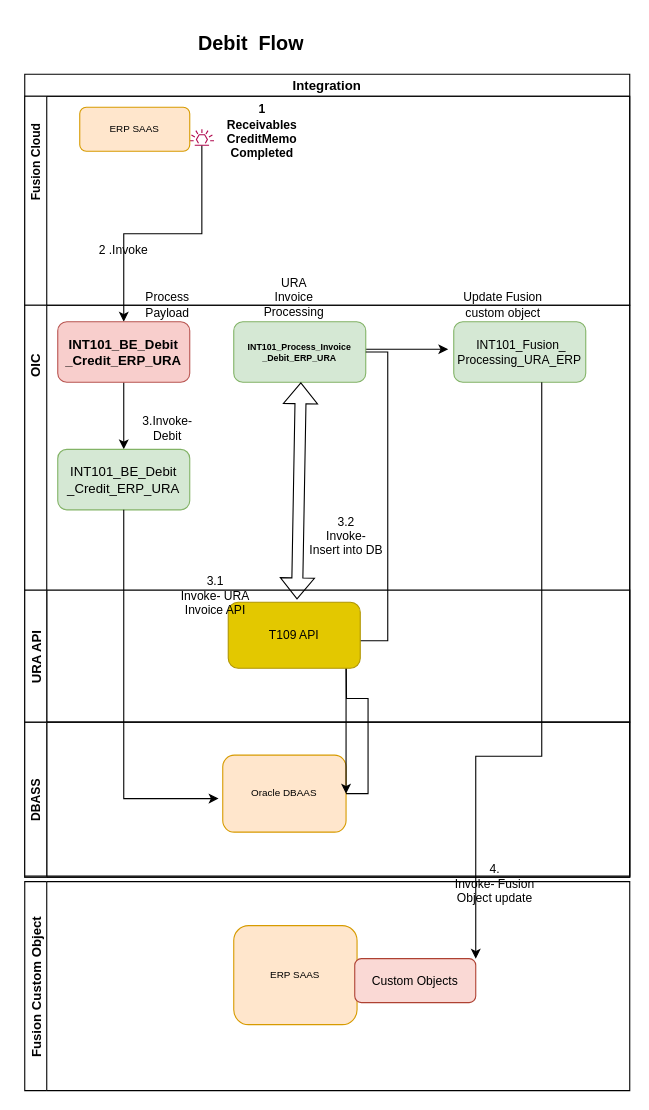
The draw.io diagram Debit-Flow Diagram.drawio in anantwag19/Workspace, before the edit. Source tidied: cells renumbered, new cells numbered last; positions are measured from the earlier drawing's top-left corner, leaving out a move shared by most shapes. Both pictures are drawn from the tidied source at 110%, with x=0, y=0 at pixel (-14, 30).
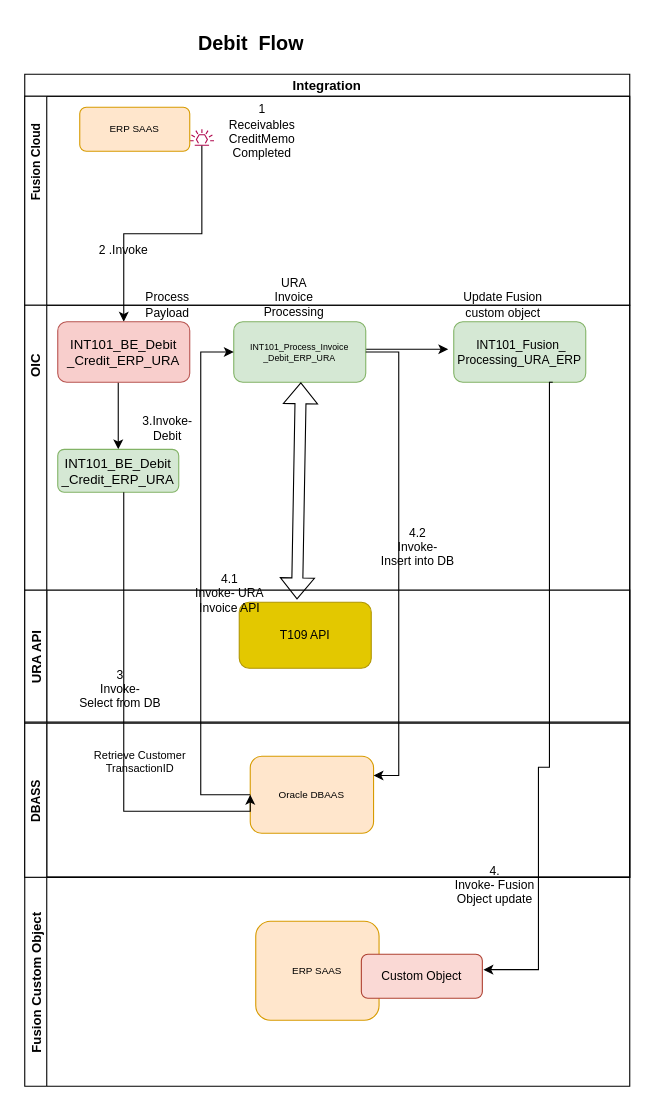
The same page after the edit.

Unchanged cells that the change refers to:
```xml
<mxCell id="3" style="swimlane;startSize=20;horizontal=0;" parent="2" vertex="1">
  <mxGeometry y="20" width="550" height="190" as="geometry" />
</mxCell>
<mxCell id="11" style="swimlane;startSize=20;horizontal=0;" parent="2" vertex="1">
  <mxGeometry y="210" width="550" height="520" as="geometry" />
</mxCell>
<mxCell id="17" value="&lt;div style=&quot;font-size: 11px&quot;&gt;&amp;nbsp;&lt;font style=&quot;font-size: 11px&quot;&gt;INT101_Fusion_&lt;/font&gt;&lt;/div&gt;&lt;div style=&quot;font-size: 11px&quot;&gt;&lt;font style=&quot;font-size: 11px&quot;&gt;Processing_URA_ERP&lt;/font&gt;&lt;/div&gt;" style="rounded=1;whiteSpace=wrap;html=1;fillColor=#d5e8d4;strokeColor=#82b366;" parent="11" vertex="1">
  <mxGeometry x="390" y="15" width="120" height="55" as="geometry" />
</mxCell>
<mxCell id="35" value="URA API" style="swimlane;startSize=20;horizontal=0;" parent="1" vertex="1">
  <mxGeometry x="35" y="509" width="550" height="120" as="geometry" />
</mxCell>
```

The edit, as a diff of the source:
```diff
@@
-    <mxCell id="9" value="&lt;div style=&quot;font-size: 11px&quot;&gt;&lt;b&gt;&lt;font style=&quot;font-size: 11px&quot;&gt;&lt;span&gt; &lt;/span&gt;&lt;span&gt; &lt;/span&gt;&lt;span&gt; &lt;/span&gt;1&lt;/font&gt;&lt;/b&gt;&lt;/div&gt;&lt;div style=&quot;font-size: 11px&quot;&gt;&lt;b&gt;&lt;font style=&quot;font-size: 11px&quot;&gt;&lt;span lang=&quot;EN-GB&quot;&gt;&lt;span&gt; &lt;/span&gt;&lt;span&gt; &lt;/span&gt;&lt;span&gt; &lt;/span&gt;&lt;span&gt; &lt;/span&gt;&lt;span&gt; &lt;/span&gt;Receivables&lt;/span&gt;&lt;/font&gt;&lt;/b&gt;&lt;/div&gt;&lt;div style=&quot;font-size: 11px&quot;&gt;&lt;b&gt;&lt;font style=&quot;font-size: 11px&quot;&gt;&lt;span lang=&quot;EN-GB&quot;&gt;CreditMemo&lt;/span&gt;&lt;/font&gt;&lt;/b&gt;&lt;/div&gt;&lt;div style=&quot;font-size: 11px&quot;&gt;&lt;b&gt;&lt;font style=&quot;font-size: 11px&quot;&gt;&lt;span lang=&quot;EN-GB&quot;&gt;&lt;span&gt; &lt;/span&gt;&lt;span&gt; &lt;/span&gt;Completed&lt;/span&gt;&lt;/font&gt;&lt;/b&gt;&lt;/div&gt;&lt;div style=&quot;font-size: 11px&quot;&gt;&lt;b&gt;&lt;font style=&quot;font-size: 11px&quot;&gt;&lt;br&gt;&lt;/font&gt;&lt;/b&gt;&lt;/div&gt;&lt;div style=&quot;font-size: 11px&quot;&gt;&lt;b&gt;&lt;font style=&quot;font-size: 11px&quot;&gt;&lt;br&gt;&lt;br&gt;&lt;/font&gt;&lt;/b&gt;&lt;/div&gt;" style="text;html=1;strokeColor=none;fillColor=none;align=center;verticalAlign=middle;whiteSpace=wrap;rounded=0;fontSize=9;" parent="3" vertex="1">
+    <mxCell id="9" value="&lt;div style=&quot;font-size: 11px&quot;&gt;&lt;span&gt;&lt;font style=&quot;font-size: 11px&quot;&gt;&lt;span&gt; &lt;/span&gt;&lt;span&gt; &lt;/span&gt;&lt;span&gt; &lt;/span&gt;1&lt;/font&gt;&lt;/span&gt;&lt;/div&gt;&lt;div style=&quot;font-size: 11px&quot;&gt;&lt;span&gt;&lt;font style=&quot;font-size: 11px&quot;&gt;&lt;span lang=&quot;EN-GB&quot;&gt;&lt;span&gt; &lt;/span&gt;&lt;span&gt; &lt;/span&gt;&lt;span&gt; &lt;/span&gt;&lt;span&gt; &lt;/span&gt;&lt;span&gt; &lt;/span&gt;Receivables&lt;/span&gt;&lt;/font&gt;&lt;/span&gt;&lt;/div&gt;&lt;div style=&quot;font-size: 11px&quot;&gt;&lt;span&gt;&lt;font style=&quot;font-size: 11px&quot;&gt;&lt;span lang=&quot;EN-GB&quot;&gt;CreditMemo&lt;/span&gt;&lt;/font&gt;&lt;/span&gt;&lt;/div&gt;&lt;div style=&quot;font-size: 11px&quot;&gt;&lt;span&gt;&lt;font style=&quot;font-size: 11px&quot;&gt;&lt;span lang=&quot;EN-GB&quot;&gt;&lt;span&gt; &lt;/span&gt;&lt;span&gt; &lt;/span&gt;Completed&lt;/span&gt;&lt;/font&gt;&lt;/span&gt;&lt;/div&gt;&lt;div style=&quot;font-size: 11px&quot;&gt;&lt;span&gt;&lt;font style=&quot;font-size: 11px&quot;&gt;&lt;br&gt;&lt;/font&gt;&lt;/span&gt;&lt;/div&gt;&lt;div style=&quot;font-size: 11px&quot;&gt;&lt;span&gt;&lt;font style=&quot;font-size: 11px&quot;&gt;&lt;br&gt;&lt;br&gt;&lt;/font&gt;&lt;/span&gt;&lt;/div&gt;" style="text;html=1;strokeColor=none;fillColor=none;align=center;verticalAlign=middle;whiteSpace=wrap;rounded=0;fontSize=9;fontStyle=0;" parent="3" vertex="1">
       <mxGeometry x="140" y="30" width="152" height="44" as="geometry" />
     </mxCell>
@@
     <mxCell id="14" style="edgeStyle=orthogonalEdgeStyle;rounded=0;jettySize=auto;html=1;fontSize=11;" parent="11" edge="1" source="15" target="20">
-      <mxGeometry relative="1" as="geometry" />
+      <mxGeometry relative="1" as="geometry">
+        <Array as="points">
+          <mxPoint x="85" y="90" />
+          <mxPoint x="85" y="90" />
+        </Array>
+      </mxGeometry>
     </mxCell>
-    <mxCell id="15" value="&lt;div&gt;INT101_BE_Debit&lt;/div&gt;&lt;div&gt;_Credit_ERP_URA&lt;/div&gt;" style="rounded=1;whiteSpace=wrap;html=1;fillColor=#f8cecc;strokeColor=#b85450;fontStyle=1;" parent="11" vertex="1">
+    <mxCell id="15" value="&lt;div&gt;INT101_BE_Debit&lt;/div&gt;&lt;div&gt;_Credit_ERP_URA&lt;/div&gt;" style="rounded=1;whiteSpace=wrap;html=1;fillColor=#f8cecc;strokeColor=#b85450;fontStyle=0;" parent="11" vertex="1">
       <mxGeometry x="30" y="15" width="120" height="55" as="geometry" />
     </mxCell>
-    <mxCell id="16" value="&lt;div style=&quot;font-size: 8px&quot;&gt;&lt;b&gt;&lt;font style=&quot;font-size: 8px&quot;&gt;INT101_Process_Invoice&lt;/font&gt;&lt;/b&gt;&lt;/div&gt;&lt;div style=&quot;font-size: 8px&quot;&gt;&lt;b&gt;&lt;font style=&quot;font-size: 8px&quot;&gt;_Debit_ERP_URA &lt;/font&gt;&lt;/b&gt;&lt;/div&gt;" style="rounded=1;whiteSpace=wrap;html=1;fillColor=#d5e8d4;strokeColor=#82b366;" parent="11" vertex="1">
+    <mxCell id="16" value="&lt;div style=&quot;font-size: 8px&quot;&gt;&lt;span&gt;&lt;font style=&quot;font-size: 8px&quot;&gt;INT101_Process_Invoice&lt;/font&gt;&lt;/span&gt;&lt;/div&gt;&lt;div style=&quot;font-size: 8px&quot;&gt;&lt;span&gt;&lt;font style=&quot;font-size: 8px&quot;&gt;_Debit_ERP_URA &lt;/font&gt;&lt;/span&gt;&lt;/div&gt;" style="rounded=1;whiteSpace=wrap;html=1;fillColor=#d5e8d4;strokeColor=#82b366;fontStyle=0;" parent="11" vertex="1">
       <mxGeometry x="190" y="15" width="120" height="55" as="geometry" />
     </mxCell>
@@
     <mxCell id="20" value="INT101_BE_Debit _Credit_ERP_URA" style="rounded=1;whiteSpace=wrap;html=1;fillColor=#d5e8d4;strokeColor=#82b366;" parent="11" vertex="1">
-      <mxGeometry x="30" y="131" width="120" height="55" as="geometry" />
+      <mxGeometry x="30" y="131" width="110" height="39" as="geometry" />
     </mxCell>
-    <mxCell id="21" value="&lt;div&gt;3.2&lt;/div&gt;&lt;div&gt;Invoke- &lt;br&gt;&lt;/div&gt;&lt;div&gt;Insert into DB&lt;br&gt;&lt;/div&gt;" style="text;html=1;strokeColor=none;fillColor=none;align=center;verticalAlign=middle;whiteSpace=wrap;rounded=0;fontSize=11;" parent="11" vertex="1">
-      <mxGeometry x="245" y="190" width="95" height="40" as="geometry" />
+    <mxCell id="21" value="&lt;div&gt;4.2&lt;/div&gt;&lt;div&gt;Invoke- &lt;br&gt;&lt;/div&gt;&lt;div&gt;Insert into DB&lt;br&gt;&lt;/div&gt;" style="text;html=1;strokeColor=none;fillColor=none;align=center;verticalAlign=middle;whiteSpace=wrap;rounded=0;fontSize=11;" parent="11" vertex="1">
+      <mxGeometry x="310" y="200" width="95" height="40" as="geometry" />
     </mxCell>
@@
     <mxCell id="25" value="Fusion Custom Object" style="swimlane;startSize=20;horizontal=0;fontSize=12;fontStyle=1;" parent="1" vertex="1">
-      <mxGeometry x="35" y="774" width="550" height="190" as="geometry" />
+      <mxGeometry x="35" y="770" width="550" height="190" as="geometry" />
     </mxCell>
     <mxCell id="26" value="ERP SAAS" style="rounded=1;whiteSpace=wrap;html=1;fontSize=9;fillColor=#ffe6cc;strokeColor=#d79b00;" parent="25" vertex="1">
-      <mxGeometry x="190" y="40" width="112.1" height="90" as="geometry" />
+      <mxGeometry x="210" y="40" width="112.1" height="90" as="geometry" />
     </mxCell>
-    <mxCell id="27" value="Custom Objects" style="rounded=1;whiteSpace=wrap;html=1;fontSize=11;fillColor=#fad9d5;strokeColor=#ae4132;" parent="25" vertex="1">
-      <mxGeometry x="300" y="70" width="110" height="40" as="geometry" />
+    <mxCell id="27" value="Custom Object" style="rounded=1;whiteSpace=wrap;html=1;fontSize=11;fillColor=#fad9d5;strokeColor=#ae4132;" parent="25" vertex="1">
+      <mxGeometry x="306" y="70" width="110" height="40" as="geometry" />
     </mxCell>
-    <mxCell id="28" style="edgeStyle=orthogonalEdgeStyle;rounded=0;jettySize=auto;html=1;entryX=1;entryY=0;entryDx=0;entryDy=0;fontSize=11;" parent="1" edge="1" source="17" target="27">
-      <mxGeometry relative="1" as="geometry">
-        <Array as="points">
-          <mxPoint x="505" y="660" />
-          <mxPoint x="445" y="660" />
-        </Array>
-      </mxGeometry>
-    </mxCell>
-    <mxCell id="29" value="DBASS" style="swimlane;startSize=20;horizontal=0;fontSize=11;" parent="1" vertex="1">
-      <mxGeometry x="35" y="629" width="550" height="140" as="geometry" />
+    <mxCell id="29" value="DBASS" style="swimlane;startSize=20;horizontal=0;fontSize=11;" parent="25" vertex="1">
+      <mxGeometry y="-140" width="550" height="140" as="geometry" />
     </mxCell>
     <mxCell id="30" value="Oracle DBAAS" style="rounded=1;whiteSpace=wrap;html=1;fontSize=9;fillColor=#ffe6cc;strokeColor=#d79b00;" parent="29" vertex="1">
-      <mxGeometry x="180" y="30" width="112.1" height="70" as="geometry" />
+      <mxGeometry x="205" y="30" width="112.1" height="70" as="geometry" />
     </mxCell>
@@
-    <mxCell id="32" style="edgeStyle=orthogonalEdgeStyle;rounded=0;jettySize=auto;html=1;exitX=1;exitY=0.5;exitDx=0;exitDy=0;fontSize=11;" parent="1" edge="1" source="30">
-      <mxGeometry relative="1" as="geometry">
-        <mxPoint x="327" y="555" as="targetPoint" />
-      </mxGeometry>
-    </mxCell>
-    <mxCell id="33" style="edgeStyle=orthogonalEdgeStyle;rounded=0;jettySize=auto;html=1;entryX=1;entryY=0.5;entryDx=0;entryDy=0;fontSize=11;" parent="1" edge="1" source="16" target="30">
-      <mxGeometry relative="1" as="geometry">
-        <Array as="points">
-          <mxPoint x="365" y="293" />
-          <mxPoint x="365" y="555" />
-        </Array>
-      </mxGeometry>
-    </mxCell>
-    <mxCell id="34" style="edgeStyle=orthogonalEdgeStyle;rounded=0;jettySize=auto;html=1;fontSize=11;entryX=-0.034;entryY=0.564;entryDx=0;entryDy=0;entryPerimeter=0;" parent="1" edge="1" source="20" target="30">
-      <mxGeometry relative="1" as="geometry">
-        <Array as="points">
-          <mxPoint x="125" y="698" />
-        </Array>
-      </mxGeometry>
-    </mxCell>
+    <mxCell id="38" value="&lt;div style=&quot;font-size: 10px;&quot;&gt;Retrieve Customer TransactionID&lt;br style=&quot;font-size: 10px;&quot;&gt;&lt;/div&gt;" style="text;html=1;strokeColor=none;fillColor=none;align=center;verticalAlign=middle;whiteSpace=wrap;rounded=0;fontSize=10;" parent="29" vertex="1">
+      <mxGeometry x="60" y="20" width="90" height="30" as="geometry" />
+    </mxCell>
+    <mxCell id="28" style="edgeStyle=orthogonalEdgeStyle;rounded=0;jettySize=auto;html=1;entryX=1;entryY=0;entryDx=0;entryDy=0;fontSize=11;exitX=0.75;exitY=1;exitDx=0;exitDy=0;" parent="29" edge="1" source="17">
+      <mxGeometry relative="1" as="geometry">
+        <mxPoint x="417" y="224" as="targetPoint" />
+        <Array as="points">
+          <mxPoint x="477" y="-310" />
+          <mxPoint x="477" y="40" />
+          <mxPoint x="467" y="40" />
+          <mxPoint x="467" y="224" />
+        </Array>
+      </mxGeometry>
+    </mxCell>
@@
     <mxCell id="36" value="T109 API " style="rounded=1;whiteSpace=wrap;html=1;fontSize=11;fillColor=#e3c800;fontColor=#000000;strokeColor=#B09500;" parent="35" vertex="1">
-      <mxGeometry x="185" y="11" width="120" height="60" as="geometry" />
+      <mxGeometry x="195" y="11" width="120" height="60" as="geometry" />
     </mxCell>
-    <mxCell id="37" value="&lt;div&gt;3.1&lt;/div&gt;&lt;div&gt;Invoke- URA Invoice API&lt;/div&gt;" style="text;html=1;strokeColor=none;fillColor=none;align=center;verticalAlign=middle;whiteSpace=wrap;rounded=0;fontSize=11;" parent="35" vertex="1">
-      <mxGeometry x="126" y="-15" width="95" height="40" as="geometry" />
+    <mxCell id="37" value="&lt;div&gt;4.1&lt;/div&gt;&lt;div&gt;Invoke- URA Invoice API&lt;/div&gt;" style="text;html=1;strokeColor=none;fillColor=none;align=center;verticalAlign=middle;whiteSpace=wrap;rounded=0;fontSize=11;" parent="35" vertex="1">
+      <mxGeometry x="139" y="-20" width="95" height="45" as="geometry" />
     </mxCell>
+    <mxCell id="39" value="&lt;div&gt;3&lt;br&gt;&lt;/div&gt;&lt;div&gt;Invoke- &lt;br&gt;&lt;/div&gt;&lt;div&gt;Select from DB&lt;br&gt;&lt;/div&gt;" style="text;html=1;strokeColor=none;fillColor=none;align=center;verticalAlign=middle;whiteSpace=wrap;rounded=0;fontSize=11;" parent="35" vertex="1">
+      <mxGeometry x="44" y="70" width="86" height="40" as="geometry" />
+    </mxCell>
+    <mxCell id="33" style="edgeStyle=orthogonalEdgeStyle;rounded=0;jettySize=auto;html=1;entryX=1;entryY=0.25;entryDx=0;entryDy=0;fontSize=11;" parent="1" edge="1" source="16" target="30">
+      <mxGeometry relative="1" as="geometry">
+        <Array as="points">
+          <mxPoint x="375" y="292" />
+          <mxPoint x="375" y="678" />
+        </Array>
+      </mxGeometry>
+    </mxCell>
+    <mxCell id="40" style="edgeStyle=orthogonalEdgeStyle;rounded=0;jettySize=auto;html=1;entryX=0;entryY=0.5;entryDx=0;entryDy=0;fontSize=10;" parent="1" edge="1" source="30" target="16">
+      <mxGeometry relative="1" as="geometry">
+        <Array as="points">
+          <mxPoint x="195" y="695" />
+          <mxPoint x="195" y="292" />
+        </Array>
+      </mxGeometry>
+    </mxCell>
+    <mxCell id="34" style="edgeStyle=orthogonalEdgeStyle;rounded=0;jettySize=auto;html=1;fontSize=11;entryX=0;entryY=0.5;entryDx=0;entryDy=0;" parent="1" edge="1" source="20" target="30">
+      <mxGeometry relative="1" as="geometry">
+        <Array as="points">
+          <mxPoint x="125" y="710" />
+          <mxPoint x="240" y="710" />
+        </Array>
+      </mxGeometry>
+    </mxCell>
```
